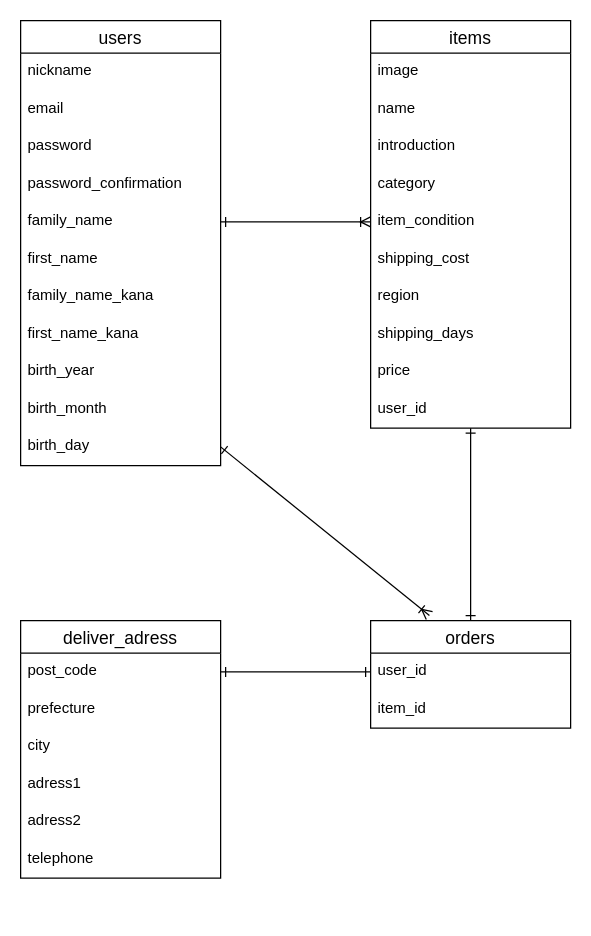
Above: furima.dio in skyhightech55/furima-37322 (draw.io), before the change. Source tidied: cells renumbered, new cells numbered last; positions are measured from the earlier drawing's top-left corner, leaving out a move shared by most shapes. Both pictures are drawn from the tidied source at 125%, with x=0, y=0 at pixel (20, 20).
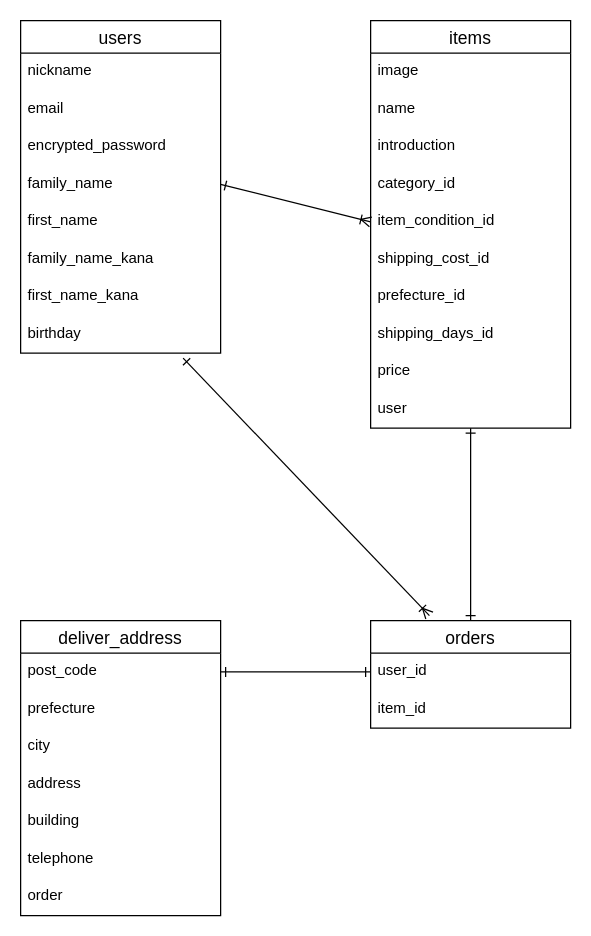
After the change.

Commit message (it also covers changes not shown here):
ER図及びREADMEの作成_2

Unchanged cells that the change refers to:
```xml
<mxCell id="14" value="items" style="swimlane;fontStyle=0;horizontal=1;startSize=26;align=center;fontSize=14;" parent="1" vertex="1">
  <mxGeometry x="280" width="160" height="326" as="geometry" />
</mxCell>
<mxCell id="32" value="orders" style="swimlane;fontStyle=0;horizontal=1;startSize=26;align=center;fontSize=14;" parent="1" vertex="1">
  <mxGeometry x="280" y="480" width="160" height="86" as="geometry" />
</mxCell>
```

The edit, as a diff of the source:
```diff
@@
     <mxCell id="2" value="users" style="swimlane;fontStyle=0;horizontal=1;startSize=26;align=center;fontSize=14;" parent="1" vertex="1">
-      <mxGeometry width="160" height="356" as="geometry" />
+      <mxGeometry width="160" height="266" as="geometry" />
     </mxCell>
@@
-    <mxCell id="5" value="password" style="text;strokeColor=none;fillColor=none;spacingLeft=4;spacingRight=4;overflow=hidden;fontSize=12;" parent="2" vertex="1">
+    <mxCell id="5" value="encrypted_password" style="text;strokeColor=none;fillColor=none;spacingLeft=4;spacingRight=4;overflow=hidden;fontSize=12;" parent="2" vertex="1">
       <mxGeometry y="86" width="160" height="30" as="geometry" />
     </mxCell>
-    <mxCell id="6" value="password_confirmation" style="text;strokeColor=none;fillColor=none;spacingLeft=4;spacingRight=4;overflow=hidden;fontSize=12;" parent="2" vertex="1">
-      <mxGeometry y="116" width="160" height="30" as="geometry" />
-    </mxCell>
     <mxCell id="7" value="family_name" style="text;strokeColor=none;fillColor=none;spacingLeft=4;spacingRight=4;overflow=hidden;points=[[0,0.5],[1,0.5]];portConstraint=eastwest;fontSize=12;" parent="2" vertex="1">
-      <mxGeometry y="146" width="160" height="30" as="geometry" />
+      <mxGeometry y="116" width="160" height="30" as="geometry" />
     </mxCell>
     <mxCell id="8" value="first_name" style="text;strokeColor=none;fillColor=none;spacingLeft=4;spacingRight=4;overflow=hidden;fontSize=12;" parent="2" vertex="1">
-      <mxGeometry y="176" width="160" height="30" as="geometry" />
+      <mxGeometry y="146" width="160" height="30" as="geometry" />
     </mxCell>
     <mxCell id="9" value="family_name_kana" style="text;strokeColor=none;fillColor=none;spacingLeft=4;spacingRight=4;overflow=hidden;fontSize=12;" parent="2" vertex="1">
-      <mxGeometry y="206" width="160" height="30" as="geometry" />
+      <mxGeometry y="176" width="160" height="30" as="geometry" />
     </mxCell>
     <mxCell id="10" value="first_name_kana" style="text;strokeColor=none;fillColor=none;spacingLeft=4;spacingRight=4;overflow=hidden;fontSize=12;" parent="2" vertex="1">
-      <mxGeometry y="236" width="160" height="30" as="geometry" />
+      <mxGeometry y="206" width="160" height="30" as="geometry" />
     </mxCell>
-    <mxCell id="11" value="birth_year" style="text;strokeColor=none;fillColor=none;spacingLeft=4;spacingRight=4;overflow=hidden;fontSize=12;" parent="2" vertex="1">
-      <mxGeometry y="266" width="160" height="30" as="geometry" />
+    <mxCell id="11" value="birthday" style="text;strokeColor=none;fillColor=none;spacingLeft=4;spacingRight=4;overflow=hidden;fontSize=12;" parent="2" vertex="1">
+      <mxGeometry y="236" width="160" height="30" as="geometry" />
     </mxCell>
-    <mxCell id="12" value="birth_month" style="text;strokeColor=none;fillColor=none;spacingLeft=4;spacingRight=4;overflow=hidden;fontSize=12;" parent="2" vertex="1">
-      <mxGeometry y="296" width="160" height="30" as="geometry" />
-    </mxCell>
-    <mxCell id="13" value="birth_day" style="text;strokeColor=none;fillColor=none;spacingLeft=4;spacingRight=4;overflow=hidden;points=[[0,0.5],[1,0.5]];portConstraint=eastwest;fontSize=12;" parent="2" vertex="1">
-      <mxGeometry y="326" width="160" height="30" as="geometry" />
-    </mxCell>
@@
-    <mxCell id="18" value="category" style="text;strokeColor=none;fillColor=none;spacingLeft=4;spacingRight=4;overflow=hidden;fontSize=12;" parent="14" vertex="1">
+    <mxCell id="18" value="category_id" style="text;strokeColor=none;fillColor=none;spacingLeft=4;spacingRight=4;overflow=hidden;fontSize=12;" parent="14" vertex="1">
       <mxGeometry y="116" width="160" height="30" as="geometry" />
     </mxCell>
-    <mxCell id="19" value="item_condition" style="text;strokeColor=none;fillColor=none;spacingLeft=4;spacingRight=4;overflow=hidden;points=[[0,0.5],[1,0.5]];portConstraint=eastwest;fontSize=12;" parent="14" vertex="1">
+    <mxCell id="19" value="item_condition_id" style="text;strokeColor=none;fillColor=none;spacingLeft=4;spacingRight=4;overflow=hidden;points=[[0,0.5],[1,0.5]];portConstraint=eastwest;fontSize=12;" parent="14" vertex="1">
       <mxGeometry y="146" width="160" height="30" as="geometry" />
     </mxCell>
-    <mxCell id="20" value="shipping_cost" style="text;strokeColor=none;fillColor=none;spacingLeft=4;spacingRight=4;overflow=hidden;fontSize=12;" parent="14" vertex="1">
+    <mxCell id="20" value="shipping_cost_id" style="text;strokeColor=none;fillColor=none;spacingLeft=4;spacingRight=4;overflow=hidden;fontSize=12;" parent="14" vertex="1">
       <mxGeometry y="176" width="160" height="30" as="geometry" />
     </mxCell>
-    <mxCell id="21" value="region" style="text;strokeColor=none;fillColor=none;spacingLeft=4;spacingRight=4;overflow=hidden;fontSize=12;" parent="14" vertex="1">
+    <mxCell id="21" value="prefecture_id" style="text;strokeColor=none;fillColor=none;spacingLeft=4;spacingRight=4;overflow=hidden;fontSize=12;" parent="14" vertex="1">
       <mxGeometry y="206" width="160" height="30" as="geometry" />
     </mxCell>
-    <mxCell id="22" value="shipping_days" style="text;strokeColor=none;fillColor=none;spacingLeft=4;spacingRight=4;overflow=hidden;fontSize=12;" parent="14" vertex="1">
+    <mxCell id="22" value="shipping_days_id" style="text;strokeColor=none;fillColor=none;spacingLeft=4;spacingRight=4;overflow=hidden;fontSize=12;" parent="14" vertex="1">
       <mxGeometry y="236" width="160" height="30" as="geometry" />
     </mxCell>
@@
-    <mxCell id="24" value="user_id" style="text;strokeColor=none;fillColor=none;spacingLeft=4;spacingRight=4;overflow=hidden;points=[[0,0.5],[1,0.5]];portConstraint=eastwest;fontSize=12;" parent="14" vertex="1">
+    <mxCell id="24" value="user" style="text;strokeColor=none;fillColor=none;spacingLeft=4;spacingRight=4;overflow=hidden;points=[[0,0.5],[1,0.5]];portConstraint=eastwest;fontSize=12;" parent="14" vertex="1">
       <mxGeometry y="296" width="160" height="30" as="geometry" />
     </mxCell>
-    <mxCell id="25" value="deliver_adress" style="swimlane;fontStyle=0;horizontal=1;startSize=26;align=center;fontSize=14;" parent="1" vertex="1">
-      <mxGeometry y="480" width="160" height="206" as="geometry" />
+    <mxCell id="25" value="deliver_address" style="swimlane;fontStyle=0;horizontal=1;startSize=26;align=center;fontSize=14;" parent="1" vertex="1">
+      <mxGeometry y="480" width="160" height="236" as="geometry" />
     </mxCell>
@@
-    <mxCell id="29" value="adress1" style="text;strokeColor=none;fillColor=none;spacingLeft=4;spacingRight=4;overflow=hidden;fontSize=12;" parent="25" vertex="1">
+    <mxCell id="29" value="address" style="text;strokeColor=none;fillColor=none;spacingLeft=4;spacingRight=4;overflow=hidden;fontSize=12;" parent="25" vertex="1">
       <mxGeometry y="116" width="160" height="30" as="geometry" />
     </mxCell>
-    <mxCell id="30" value="adress2" style="text;strokeColor=none;fillColor=none;spacingLeft=4;spacingRight=4;overflow=hidden;fontSize=12;" parent="25" vertex="1">
+    <mxCell id="30" value="building" style="text;strokeColor=none;fillColor=none;spacingLeft=4;spacingRight=4;overflow=hidden;fontSize=12;" parent="25" vertex="1">
       <mxGeometry y="146" width="160" height="30" as="geometry" />
     </mxCell>
@@
+    <mxCell id="39" value="order" style="text;strokeColor=none;fillColor=none;spacingLeft=4;spacingRight=4;overflow=hidden;fontSize=12;" parent="25" vertex="1">
+      <mxGeometry y="206" width="160" height="30" as="geometry" />
+    </mxCell>
@@
-    <mxCell id="36" style="edgeStyle=none;rounded=0;html=1;exitX=1;exitY=0.5;exitDx=0;exitDy=0;startArrow=ERone;startFill=0;endArrow=ERoneToMany;endFill=0;entryX=0.294;entryY=-0.047;entryDx=0;entryDy=0;entryPerimeter=0;" parent="1" edge="1" source="13" target="32">
-      <mxGeometry relative="1" as="geometry" />
+    <mxCell id="36" style="edgeStyle=none;rounded=0;html=1;startArrow=ERone;startFill=0;endArrow=ERoneToMany;endFill=0;entryX=0.294;entryY=-0.047;entryDx=0;entryDy=0;entryPerimeter=0;" parent="1" edge="1" target="32">
+      <mxGeometry relative="1" as="geometry">
+        <mxPoint x="130" y="270" as="sourcePoint" />
+      </mxGeometry>
     </mxCell>
```
